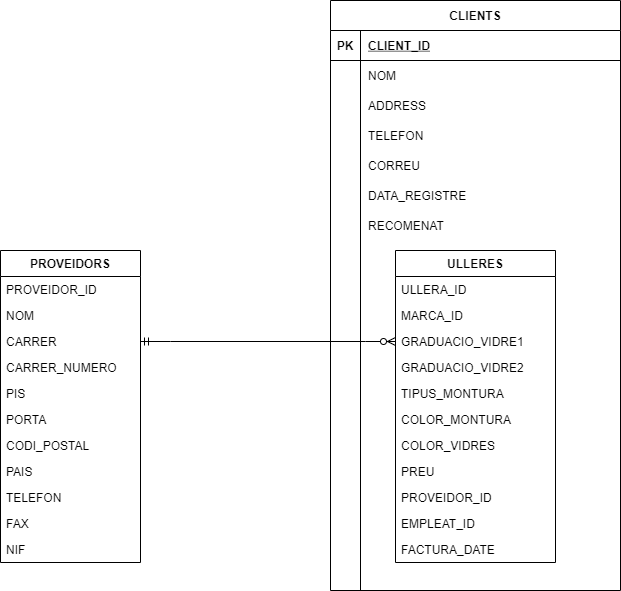
Above: Estructura de dades - MongoDB/design2/optica/optica.mongodb.drawio.png in oscarvargas4/itacademy-sprint2-datastructure (draw.io), before the change. Source tidied: cells renumbered, new cells last; positions are measured from the earlier drawing's top-left corner, leaving out a move shared by most shapes.
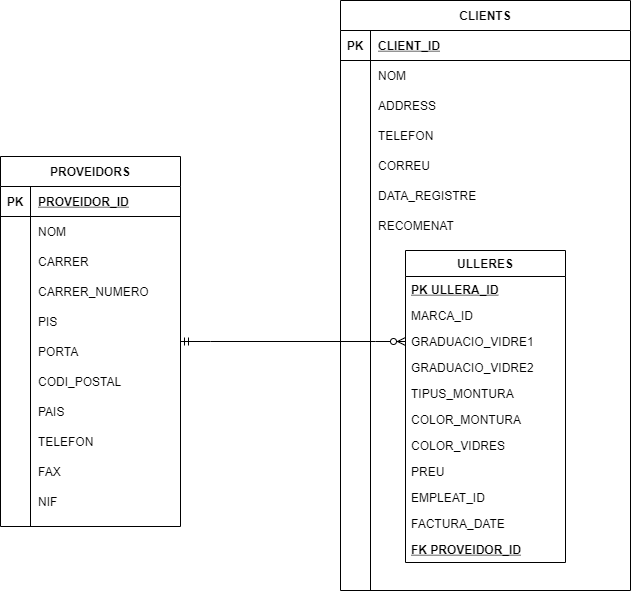
The same diagram one commit later.

Diff of the diagram source:
```diff
@@ -2,43 +2,7 @@
   <root>
     <mxCell id="0" />
     <mxCell id="1" parent="0" />
-    <mxCell id="2" value="PROVEIDORS" style="swimlane;fontStyle=1;horizontal=1;startSize=26;fillColor=none;" parent="1" vertex="1">
-      <mxGeometry y="250" width="140" height="312" as="geometry" />
-    </mxCell>
-    <mxCell id="3" value="PROVEIDOR_ID" style="text;strokeColor=none;fillColor=none;align=left;verticalAlign=top;spacingLeft=4;spacingRight=4;overflow=hidden;" parent="2" vertex="1">
-      <mxGeometry y="26" width="140" height="26" as="geometry" />
-    </mxCell>
-    <mxCell id="4" value="NOM" style="text;strokeColor=none;fillColor=none;align=left;verticalAlign=top;spacingLeft=4;spacingRight=4;overflow=hidden;" parent="2" vertex="1">
-      <mxGeometry y="52" width="140" height="26" as="geometry" />
-    </mxCell>
-    <mxCell id="5" value="CARRER" style="text;strokeColor=none;fillColor=none;align=left;verticalAlign=top;spacingLeft=4;spacingRight=4;overflow=hidden;points=[[0,0.5],[1,0.5]];portConstraint=eastwest;" parent="2" vertex="1">
-      <mxGeometry y="78" width="140" height="26" as="geometry" />
-    </mxCell>
-    <mxCell id="6" value="CARRER_NUMERO" style="text;strokeColor=none;fillColor=none;align=left;verticalAlign=top;spacingLeft=4;spacingRight=4;overflow=hidden;" parent="2" vertex="1">
-      <mxGeometry y="104" width="140" height="26" as="geometry" />
-    </mxCell>
-    <mxCell id="7" value="PIS" style="text;strokeColor=none;fillColor=none;align=left;verticalAlign=top;spacingLeft=4;spacingRight=4;overflow=hidden;" parent="2" vertex="1">
-      <mxGeometry y="130" width="140" height="26" as="geometry" />
-    </mxCell>
-    <mxCell id="8" value="PORTA" style="text;strokeColor=none;fillColor=none;align=left;verticalAlign=top;spacingLeft=4;spacingRight=4;overflow=hidden;" parent="2" vertex="1">
-      <mxGeometry y="156" width="140" height="26" as="geometry" />
-    </mxCell>
-    <mxCell id="9" value="CODI_POSTAL" style="text;strokeColor=none;fillColor=none;align=left;verticalAlign=top;spacingLeft=4;spacingRight=4;overflow=hidden;" parent="2" vertex="1">
-      <mxGeometry y="182" width="140" height="26" as="geometry" />
-    </mxCell>
-    <mxCell id="10" value="PAIS" style="text;strokeColor=none;fillColor=none;align=left;verticalAlign=top;spacingLeft=4;spacingRight=4;overflow=hidden;" parent="2" vertex="1">
-      <mxGeometry y="208" width="140" height="26" as="geometry" />
-    </mxCell>
-    <mxCell id="11" value="TELEFON" style="text;strokeColor=none;fillColor=none;align=left;verticalAlign=top;spacingLeft=4;spacingRight=4;overflow=hidden;" parent="2" vertex="1">
-      <mxGeometry y="234" width="140" height="26" as="geometry" />
-    </mxCell>
-    <mxCell id="12" value="FAX" style="text;strokeColor=none;fillColor=none;align=left;verticalAlign=top;spacingLeft=4;spacingRight=4;overflow=hidden;" parent="2" vertex="1">
-      <mxGeometry y="260" width="140" height="26" as="geometry" />
-    </mxCell>
-    <mxCell id="13" value="NIF" style="text;strokeColor=none;fillColor=none;align=left;verticalAlign=top;spacingLeft=4;spacingRight=4;overflow=hidden;" parent="2" vertex="1">
-      <mxGeometry y="286" width="140" height="26" as="geometry" />
-    </mxCell>
-    <mxCell id="14" style="edgeStyle=entityRelationEdgeStyle;fontSize=12;html=1;endArrow=ERzeroToMany;startArrow=ERmandOne;rounded=0;entryX=0;entryY=0.5;entryDx=0;entryDy=0;exitX=1;exitY=0.5;exitDx=0;exitDy=0;" parent="1" edge="1" source="5" target="40">
+    <mxCell id="14" style="edgeStyle=entityRelationEdgeStyle;fontSize=12;html=1;endArrow=ERzeroToMany;startArrow=ERmandOne;rounded=0;entryX=0;entryY=0.5;entryDx=0;entryDy=0;" parent="1" edge="1" source="2" target="40">
       <mxGeometry relative="1" as="geometry" />
     </mxCell>
     <mxCell id="15" value="CLIENTS" style="shape=table;startSize=30;rowLines=0;fontStyle=1;align=center;" parent="1" vertex="1">
@@ -110,7 +74,7 @@
     <mxCell id="37" value="ULLERES" style="swimlane;fontStyle=1;horizontal=1;startSize=26;fillColor=none;" parent="1" vertex="1">
       <mxGeometry x="395" y="250" width="160" height="312" as="geometry" />
     </mxCell>
-    <mxCell id="38" value="ULLERA_ID" style="text;strokeColor=none;fillColor=none;align=left;verticalAlign=top;spacingLeft=4;spacingRight=4;overflow=hidden;" parent="37" vertex="1">
+    <mxCell id="38" value="PK ULLERA_ID" style="text;strokeColor=none;fillColor=none;align=left;verticalAlign=top;spacingLeft=4;spacingRight=4;overflow=hidden;fontStyle=5;" parent="37" vertex="1">
       <mxGeometry y="26" width="160" height="26" as="geometry" />
     </mxCell>
     <mxCell id="39" value="MARCA_ID" style="text;strokeColor=none;fillColor=none;align=left;verticalAlign=top;spacingLeft=4;spacingRight=4;overflow=hidden;" parent="37" vertex="1">
@@ -134,14 +98,116 @@
     <mxCell id="45" value="PREU" style="text;strokeColor=none;fillColor=none;align=left;verticalAlign=top;spacingLeft=4;spacingRight=4;overflow=hidden;" parent="37" vertex="1">
       <mxGeometry y="208" width="160" height="26" as="geometry" />
     </mxCell>
-    <mxCell id="46" value="PROVEIDOR_ID" style="text;strokeColor=none;fillColor=none;align=left;verticalAlign=top;spacingLeft=4;spacingRight=4;overflow=hidden;" parent="37" vertex="1">
-      <mxGeometry y="234" width="160" height="26" as="geometry" />
-    </mxCell>
     <mxCell id="47" value="EMPLEAT_ID" style="text;strokeColor=none;fillColor=none;align=left;verticalAlign=top;spacingLeft=4;spacingRight=4;overflow=hidden;" parent="37" vertex="1">
-      <mxGeometry y="260" width="160" height="26" as="geometry" />
+      <mxGeometry y="234" width="160" height="26" as="geometry" />
     </mxCell>
     <mxCell id="48" value="FACTURA_DATE" style="text;strokeColor=none;fillColor=none;align=left;verticalAlign=top;spacingLeft=4;spacingRight=4;overflow=hidden;" parent="37" vertex="1">
-      <mxGeometry y="286" width="160" height="26" as="geometry" />
+      <mxGeometry y="260" width="160" height="26" as="geometry" />
     </mxCell>
+    <mxCell id="46" value="FK PROVEIDOR_ID" style="text;strokeColor=none;fillColor=none;align=left;verticalAlign=top;spacingLeft=4;spacingRight=4;overflow=hidden;fontStyle=5;" parent="37" vertex="1">
+      <mxGeometry y="286" width="160" height="26" as="geometry" />
+    </mxCell>
+    <mxCell id="2" value="PROVEIDORS" style="shape=table;startSize=30;rowLines=0;fontStyle=1;align=center;" parent="1" vertex="1">
+      <mxGeometry x="-10" y="156" width="180" height="370" as="geometry" />
+    </mxCell>
+    <mxCell id="49" style="shape=partialRectangle;fillColor=none;top=0;left=0;bottom=1;right=0;" parent="2" vertex="1">
+      <mxGeometry y="30" width="180" height="30" as="geometry" />
+    </mxCell>
+    <mxCell id="50" value="PK" style="shape=partialRectangle;fillColor=none;top=0;left=0;bottom=0;right=0;fontStyle=1;overflow=hidden;" parent="49" vertex="1">
+      <mxGeometry width="30" height="30" as="geometry" />
+    </mxCell>
+    <mxCell id="3" value="PROVEIDOR_ID" style="shape=partialRectangle;fillColor=none;top=0;left=0;bottom=0;right=0;align=left;spacingLeft=6;fontStyle=5;overflow=hidden;" parent="49" vertex="1">
+      <mxGeometry x="30" width="150" height="30" as="geometry" />
+    </mxCell>
+    <mxCell id="51" style="shape=partialRectangle;fillColor=none;top=0;left=0;bottom=0;right=0;" parent="2" vertex="1">
+      <mxGeometry y="60" width="180" height="30" as="geometry" />
+    </mxCell>
+    <mxCell id="52" style="shape=partialRectangle;fillColor=none;top=0;left=0;bottom=0;right=0;overflow=hidden;" parent="51" vertex="1">
+      <mxGeometry width="30" height="30" as="geometry" />
+    </mxCell>
+    <mxCell id="4" value="NOM" style="shape=partialRectangle;fillColor=none;top=0;left=0;bottom=0;right=0;align=left;spacingLeft=6;overflow=hidden;" parent="51" vertex="1">
+      <mxGeometry x="30" width="150" height="30" as="geometry" />
+    </mxCell>
+    <mxCell id="53" style="shape=partialRectangle;fillColor=none;top=0;left=0;bottom=0;right=0;" parent="2" vertex="1">
+      <mxGeometry y="90" width="180" height="30" as="geometry" />
+    </mxCell>
+    <mxCell id="54" style="shape=partialRectangle;fillColor=none;top=0;left=0;bottom=0;right=0;overflow=hidden;" parent="53" vertex="1">
+      <mxGeometry width="30" height="30" as="geometry" />
+    </mxCell>
+    <mxCell id="5" value="CARRER" style="shape=partialRectangle;fillColor=none;top=0;left=0;bottom=0;right=0;align=left;spacingLeft=6;overflow=hidden;" parent="53" vertex="1">
+      <mxGeometry x="30" width="150" height="30" as="geometry" />
+    </mxCell>
+    <mxCell id="55" style="shape=partialRectangle;fillColor=none;top=0;left=0;bottom=0;right=0;" parent="2" vertex="1">
+      <mxGeometry y="120" width="180" height="30" as="geometry" />
+    </mxCell>
+    <mxCell id="56" style="shape=partialRectangle;fillColor=none;top=0;left=0;bottom=0;right=0;overflow=hidden;" parent="55" vertex="1">
+      <mxGeometry width="30" height="30" as="geometry" />
+    </mxCell>
+    <mxCell id="6" value="CARRER_NUMERO" style="shape=partialRectangle;fillColor=none;top=0;left=0;bottom=0;right=0;align=left;spacingLeft=6;overflow=hidden;" parent="55" vertex="1">
+      <mxGeometry x="30" width="150" height="30" as="geometry" />
+    </mxCell>
+    <mxCell id="57" style="shape=partialRectangle;fillColor=none;top=0;left=0;bottom=0;right=0;" parent="2" vertex="1">
+      <mxGeometry y="150" width="180" height="30" as="geometry" />
+    </mxCell>
+    <mxCell id="58" style="shape=partialRectangle;fillColor=none;top=0;left=0;bottom=0;right=0;overflow=hidden;" parent="57" vertex="1">
+      <mxGeometry width="30" height="30" as="geometry" />
+    </mxCell>
+    <mxCell id="7" value="PIS" style="shape=partialRectangle;fillColor=none;top=0;left=0;bottom=0;right=0;align=left;spacingLeft=6;overflow=hidden;" parent="57" vertex="1">
+      <mxGeometry x="30" width="150" height="30" as="geometry" />
+    </mxCell>
+    <mxCell id="59" style="shape=partialRectangle;fillColor=none;top=0;left=0;bottom=0;right=0;" parent="2" vertex="1">
+      <mxGeometry y="180" width="180" height="30" as="geometry" />
+    </mxCell>
+    <mxCell id="60" style="shape=partialRectangle;fillColor=none;top=0;left=0;bottom=0;right=0;overflow=hidden;" parent="59" vertex="1">
+      <mxGeometry width="30" height="30" as="geometry" />
+    </mxCell>
+    <mxCell id="8" value="PORTA" style="shape=partialRectangle;fillColor=none;top=0;left=0;bottom=0;right=0;align=left;spacingLeft=6;overflow=hidden;" parent="59" vertex="1">
+      <mxGeometry x="30" width="150" height="30" as="geometry" />
+    </mxCell>
+    <mxCell id="61" style="shape=partialRectangle;fillColor=none;top=0;left=0;bottom=0;right=0;" parent="2" vertex="1">
+      <mxGeometry y="210" width="180" height="30" as="geometry" />
+    </mxCell>
+    <mxCell id="62" style="shape=partialRectangle;fillColor=none;top=0;left=0;bottom=0;right=0;overflow=hidden;" parent="61" vertex="1">
+      <mxGeometry width="30" height="30" as="geometry" />
+    </mxCell>
+    <mxCell id="9" value="CODI_POSTAL" style="shape=partialRectangle;fillColor=none;top=0;left=0;bottom=0;right=0;align=left;spacingLeft=6;overflow=hidden;" parent="61" vertex="1">
+      <mxGeometry x="30" width="150" height="30" as="geometry" />
+    </mxCell>
+    <mxCell id="63" style="shape=partialRectangle;fillColor=none;top=0;left=0;bottom=0;right=0;" parent="2" vertex="1">
+      <mxGeometry y="240" width="180" height="30" as="geometry" />
+    </mxCell>
+    <mxCell id="64" style="shape=partialRectangle;fillColor=none;top=0;left=0;bottom=0;right=0;overflow=hidden;" parent="63" vertex="1">
+      <mxGeometry width="30" height="30" as="geometry" />
+    </mxCell>
+    <mxCell id="10" value="PAIS" style="shape=partialRectangle;fillColor=none;top=0;left=0;bottom=0;right=0;align=left;spacingLeft=6;overflow=hidden;" parent="63" vertex="1">
+      <mxGeometry x="30" width="150" height="30" as="geometry" />
+    </mxCell>
+    <mxCell id="65" style="shape=partialRectangle;fillColor=none;top=0;left=0;bottom=0;right=0;" parent="2" vertex="1">
+      <mxGeometry y="270" width="180" height="30" as="geometry" />
+    </mxCell>
+    <mxCell id="66" style="shape=partialRectangle;fillColor=none;top=0;left=0;bottom=0;right=0;overflow=hidden;" parent="65" vertex="1">
+      <mxGeometry width="30" height="30" as="geometry" />
+    </mxCell>
+    <mxCell id="11" value="TELEFON" style="shape=partialRectangle;fillColor=none;top=0;left=0;bottom=0;right=0;align=left;spacingLeft=6;overflow=hidden;" parent="65" vertex="1">
+      <mxGeometry x="30" width="150" height="30" as="geometry" />
+    </mxCell>
+    <mxCell id="67" style="shape=partialRectangle;fillColor=none;top=0;left=0;bottom=0;right=0;" parent="2" vertex="1">
+      <mxGeometry y="300" width="180" height="30" as="geometry" />
+    </mxCell>
+    <mxCell id="68" style="shape=partialRectangle;fillColor=none;top=0;left=0;bottom=0;right=0;overflow=hidden;" parent="67" vertex="1">
+      <mxGeometry width="30" height="30" as="geometry" />
+    </mxCell>
+    <mxCell id="12" value="FAX" style="shape=partialRectangle;fillColor=none;top=0;left=0;bottom=0;right=0;align=left;spacingLeft=6;overflow=hidden;" parent="67" vertex="1">
+      <mxGeometry x="30" width="150" height="30" as="geometry" />
+    </mxCell>
+    <mxCell id="69" style="shape=partialRectangle;fillColor=none;top=0;left=0;bottom=0;right=0;" parent="2" vertex="1">
+      <mxGeometry y="330" width="180" height="30" as="geometry" />
+    </mxCell>
+    <mxCell id="70" style="shape=partialRectangle;fillColor=none;top=0;left=0;bottom=0;right=0;overflow=hidden;" parent="69" vertex="1">
+      <mxGeometry width="30" height="30" as="geometry" />
+    </mxCell>
+    <mxCell id="13" value="NIF" style="shape=partialRectangle;fillColor=none;top=0;left=0;bottom=0;right=0;align=left;spacingLeft=6;overflow=hidden;" parent="69" vertex="1">
+      <mxGeometry x="30" width="150" height="30" as="geometry" />
+    </mxCell>
   </root>
 </mxGraphModel>
```
